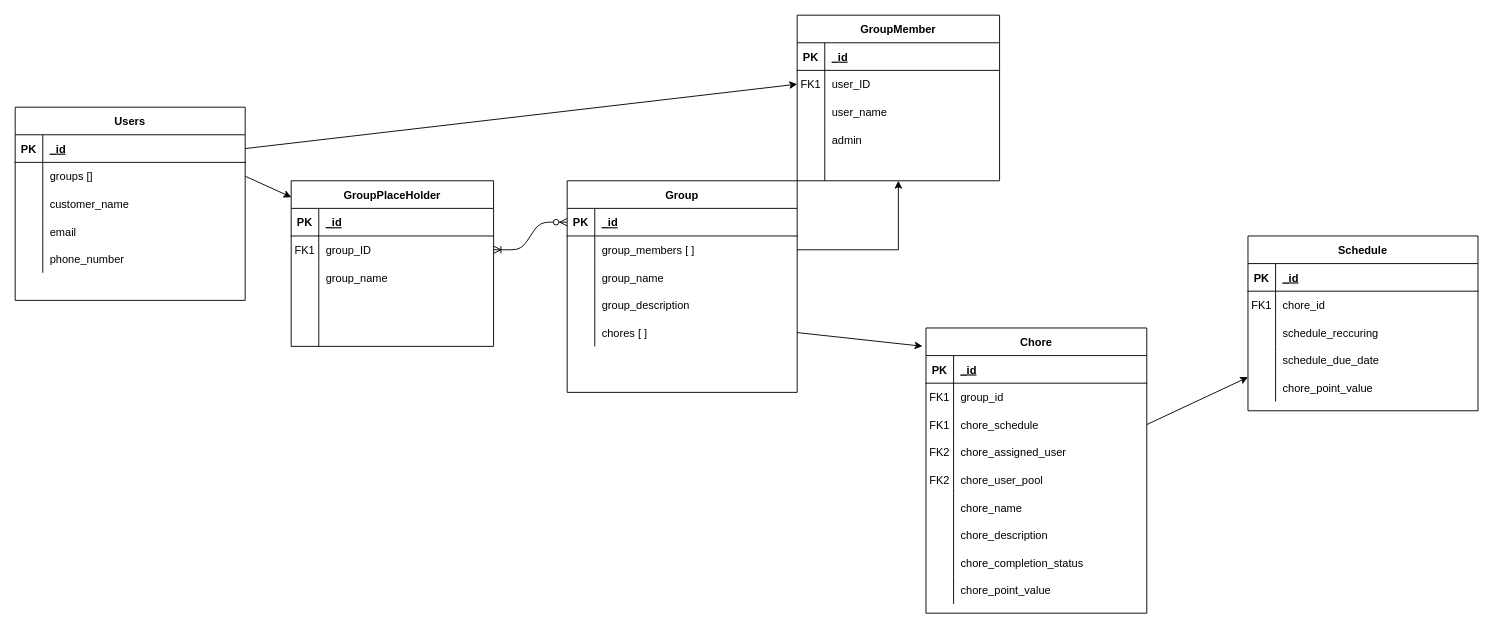
Earlier version of the draw.io diagram ERDDiagram.drawio (TBean18/TrashOverflow-Web). Source tidied: cells renumbered, new cells numbered last; positions are measured from the earlier drawing's top-left corner, leaving out a move shared by most shapes. Both pictures are drawn from the tidied source at 92%, with x=0, y=0 at pixel (15, 15).
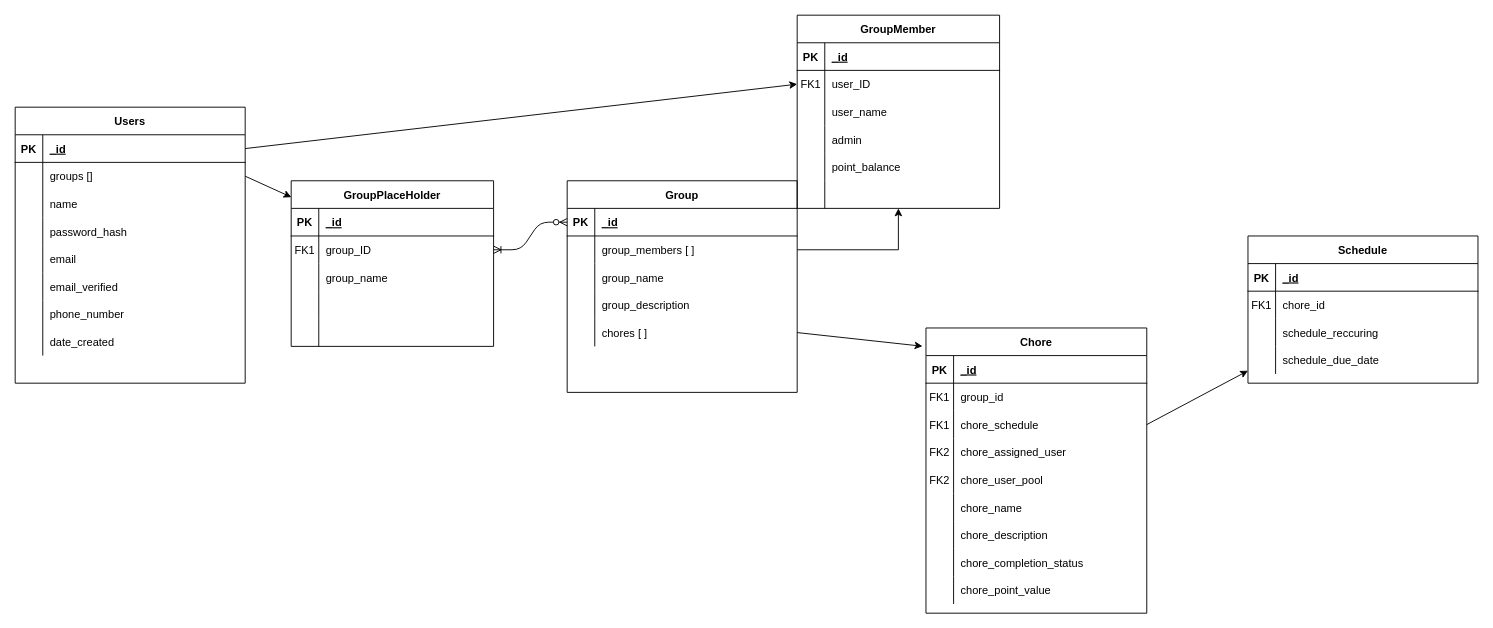
After the change.

Commit message:
Fixed User Model

Unchanged cells that the change refers to:
```xml
<mxCell id="54" style="shape=partialRectangle;fillColor=none;top=0;left=0;right=0;bottom=0;" parent="47" vertex="1">
  <mxGeometry y="90" width="250" height="30" as="geometry" />
</mxCell>
```

Change to the diagram source:
```diff
@@
     <mxCell id="47" value="Users" style="shape=table;startSize=30;childLayout=tableLayout;rowLines=0;fontStyle=1;align=center;" parent="1" vertex="1">
-      <mxGeometry y="100" width="250" height="210" as="geometry" />
+      <mxGeometry y="100" width="250" height="300" as="geometry" />
     </mxCell>
@@
-    <mxCell id="56" value="customer_name" style="shape=partialRectangle;overflow=hidden;fillColor=none;top=0;left=0;bottom=0;right=0;align=left;spacingLeft=6;" parent="54" vertex="1">
+    <mxCell id="56" value="name" style="shape=partialRectangle;overflow=hidden;fillColor=none;top=0;left=0;bottom=0;right=0;align=left;spacingLeft=6;" parent="54" vertex="1">
       <mxGeometry x="30" width="220" height="30" as="geometry" />
     </mxCell>
+    <mxCell id="116" style="shape=partialRectangle;fillColor=none;top=0;left=0;right=0;bottom=0;" parent="47" vertex="1">
+      <mxGeometry y="120" width="250" height="30" as="geometry" />
+    </mxCell>
+    <mxCell id="117" style="shape=partialRectangle;overflow=hidden;fillColor=none;top=0;left=0;bottom=0;right=0;" parent="116" vertex="1">
+      <mxGeometry width="30" height="30" as="geometry" />
+    </mxCell>
+    <mxCell id="118" value="password_hash" style="shape=partialRectangle;overflow=hidden;fillColor=none;top=0;left=0;bottom=0;right=0;align=left;spacingLeft=6;" parent="116" vertex="1">
+      <mxGeometry x="30" width="220" height="30" as="geometry" />
+    </mxCell>
+    <mxCell id="76" style="shape=partialRectangle;fillColor=none;top=0;left=0;right=0;bottom=0;" parent="47" vertex="1">
+      <mxGeometry y="150" width="250" height="30" as="geometry" />
+    </mxCell>
+    <mxCell id="119" style="shape=partialRectangle;overflow=hidden;fillColor=none;top=0;left=0;bottom=0;right=0;" parent="76" vertex="1">
+      <mxGeometry width="30" height="30" as="geometry" />
+    </mxCell>
+    <mxCell id="120" value="email" style="shape=partialRectangle;overflow=hidden;fillColor=none;top=0;left=0;bottom=0;right=0;align=left;spacingLeft=6;" parent="76" vertex="1">
+      <mxGeometry x="30" width="220" height="30" as="geometry" />
+    </mxCell>
     <mxCell id="57" style="shape=partialRectangle;fillColor=none;top=0;left=0;bottom=0;right=0;" parent="47" vertex="1">
-      <mxGeometry y="120" width="250" height="30" as="geometry" />
+      <mxGeometry y="180" width="250" height="30" as="geometry" />
     </mxCell>
@@
-    <mxCell id="59" value="email" style="shape=partialRectangle;fillColor=none;top=0;left=0;bottom=0;right=0;align=left;spacingLeft=6;overflow=hidden;" parent="57" vertex="1">
+    <mxCell id="59" value="email_verified" style="shape=partialRectangle;fillColor=none;top=0;left=0;bottom=0;right=0;align=left;spacingLeft=6;overflow=hidden;" parent="57" vertex="1">
       <mxGeometry x="30" width="220" height="30" as="geometry" />
     </mxCell>
     <mxCell id="60" style="shape=partialRectangle;fillColor=none;top=0;left=0;bottom=0;right=0;" parent="47" vertex="1">
-      <mxGeometry y="150" width="250" height="30" as="geometry" />
+      <mxGeometry y="210" width="250" height="30" as="geometry" />
     </mxCell>
@@
+    <mxCell id="121" style="shape=partialRectangle;fillColor=none;top=0;left=0;bottom=0;right=0;" parent="47" vertex="1">
+      <mxGeometry y="240" width="250" height="30" as="geometry" />
+    </mxCell>
+    <mxCell id="122" style="shape=partialRectangle;fillColor=none;top=0;left=0;bottom=0;right=0;overflow=hidden;" parent="121" vertex="1">
+      <mxGeometry width="30" height="30" as="geometry" />
+    </mxCell>
+    <mxCell id="123" value="date_created" style="shape=partialRectangle;fillColor=none;top=0;left=0;bottom=0;right=0;align=left;spacingLeft=6;overflow=hidden;" parent="121" vertex="1">
+      <mxGeometry x="30" width="220" height="30" as="geometry" />
+    </mxCell>
     <mxCell id="63" value="Schedule" style="shape=table;startSize=30;childLayout=tableLayout;rowLines=0;fontStyle=1;align=center;" parent="1" vertex="1">
-      <mxGeometry x="1340" y="240" width="250" height="190" as="geometry" />
+      <mxGeometry x="1340" y="240" width="250" height="160" as="geometry" />
     </mxCell>
@@
-    <mxCell id="76" style="shape=partialRectangle;fillColor=none;top=0;left=0;right=0;bottom=0;" parent="63" vertex="1">
-      <mxGeometry y="150" width="250" height="30" as="geometry" />
-    </mxCell>
-    <mxCell id="77" style="shape=partialRectangle;overflow=hidden;fillColor=none;top=0;left=0;bottom=0;right=0;" parent="76" vertex="1">
-      <mxGeometry width="30" height="30" as="geometry" />
-    </mxCell>
-    <mxCell id="78" value="chore_point_value" style="shape=partialRectangle;overflow=hidden;fillColor=none;top=0;left=0;bottom=0;right=0;align=left;spacingLeft=6;" parent="76" vertex="1">
-      <mxGeometry x="30" width="220" height="30" as="geometry" />
-    </mxCell>
@@
     <mxCell id="96" value="GroupMember" style="shape=table;startSize=30;childLayout=tableLayout;rowLines=0;fontStyle=1;align=center;" parent="1" vertex="1">
-      <mxGeometry x="850" width="220" height="180" as="geometry" />
+      <mxGeometry x="850" width="220" height="210" as="geometry" />
     </mxCell>
@@
+    <mxCell id="124" style="shape=partialRectangle;fillColor=none;top=0;left=0;right=0;bottom=0;" parent="96" vertex="1">
+      <mxGeometry y="150" width="220" height="30" as="geometry" />
+    </mxCell>
+    <mxCell id="125" style="shape=partialRectangle;overflow=hidden;fillColor=none;top=0;left=0;bottom=0;right=0;" parent="124" vertex="1">
+      <mxGeometry width="30" height="30" as="geometry" />
+    </mxCell>
+    <mxCell id="126" value="point_balance" style="shape=partialRectangle;overflow=hidden;fillColor=none;top=0;left=0;bottom=0;right=0;align=left;spacingLeft=6;" parent="124" vertex="1">
+      <mxGeometry x="30" width="190" height="30" as="geometry" />
+    </mxCell>
     <mxCell id="109" style="shape=partialRectangle;fillColor=none;top=0;left=0;right=0;bottom=0;" parent="96" vertex="1">
-      <mxGeometry y="150" width="220" height="30" as="geometry" />
+      <mxGeometry y="180" width="220" height="30" as="geometry" />
     </mxCell>
```
